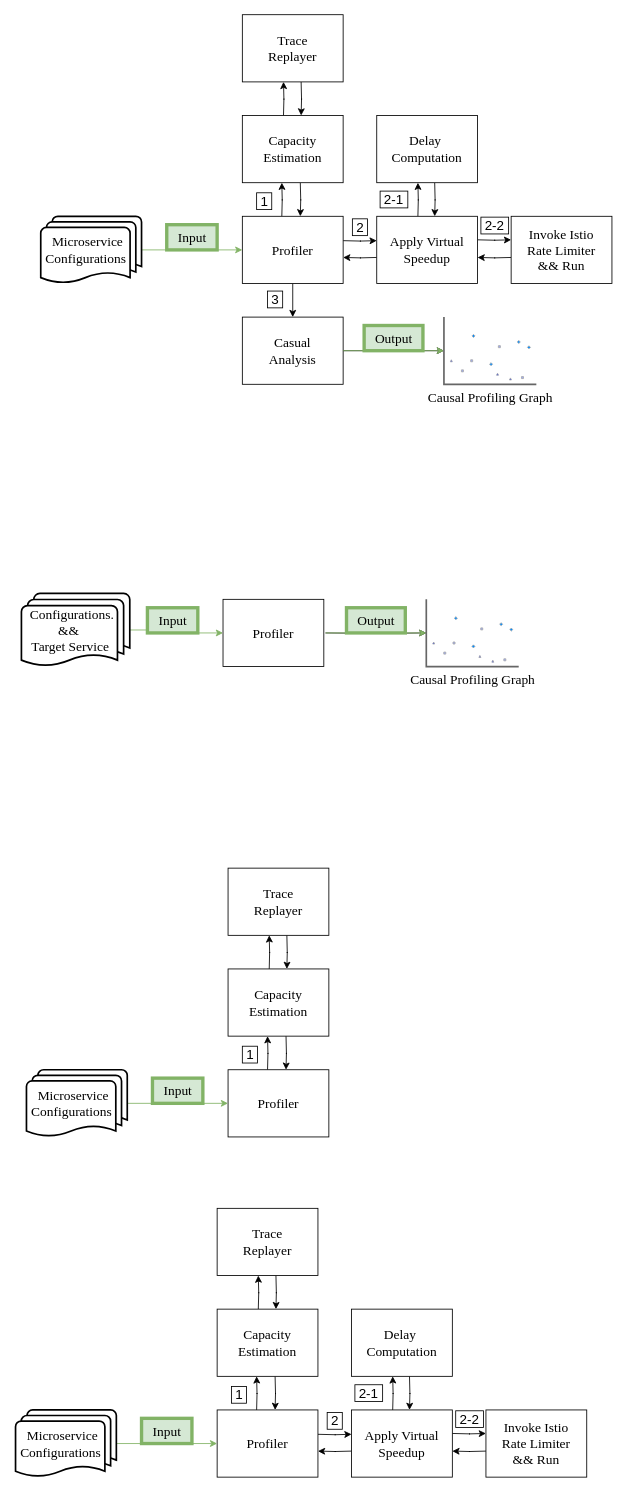
Before: system.drawio in yizhengx/draw.io, a draw.io diagram. Source tidied: cells renumbered, new cells numbered last; positions are measured from the earlier drawing's top-left corner, leaving out a move shared by most shapes. Both pictures are drawn from the tidied source at 84%, with x=0, y=0 at pixel (15, 14).
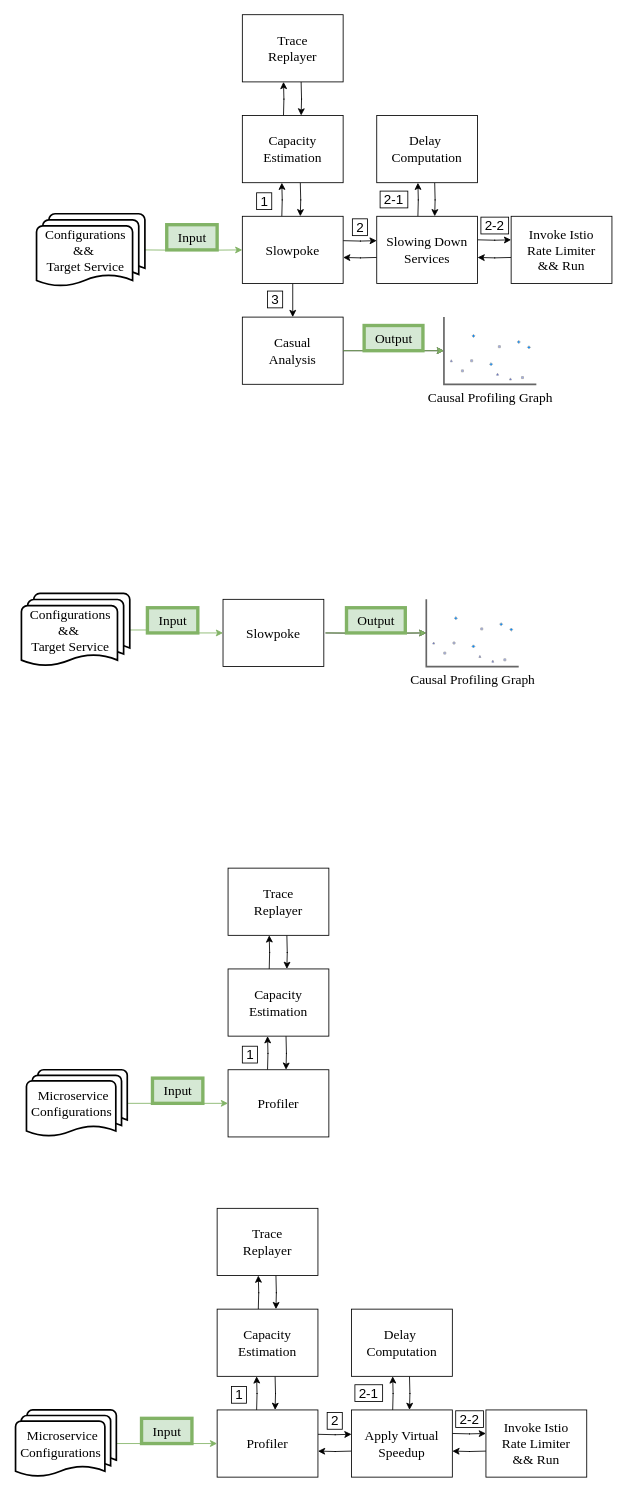
Above is the later version.

The edit, as a diff of the source:
```diff
@@
-    <mxCell id="5" value="&lt;font style=&quot;font-size: 16px;&quot;&gt;Profiler&lt;/font&gt;" style="whiteSpace=wrap;html=1;fillColor=default;fontFamily=Times New Roman;" parent="1" vertex="1">
+    <mxCell id="5" value="&lt;font style=&quot;font-size: 16px;&quot;&gt;Slowpoke&lt;/font&gt;" style="whiteSpace=wrap;html=1;fillColor=default;fontFamily=Times New Roman;" parent="1" vertex="1">
       <mxGeometry x="270" y="240" width="120" height="80" as="geometry" />
     </mxCell>
-    <mxCell id="6" style="edgeStyle=orthogonalEdgeStyle;rounded=0;jettySize=auto;html=1;exitX=1;exitY=0.5;exitDx=0;exitDy=0;exitPerimeter=0;fillColor=#d5e8d4;strokeColor=#82b366;fontFamily=Times New Roman;" parent="1" edge="1" source="7" target="5">
-      <mxGeometry relative="1" as="geometry" />
+    <mxCell id="6" style="edgeStyle=orthogonalEdgeStyle;rounded=0;jettySize=auto;html=1;exitX=1;exitY=0.5;exitDx=0;exitDy=0;exitPerimeter=0;fillColor=#d5e8d4;strokeColor=#82b366;fontFamily=Times New Roman;" parent="1" edge="1" target="5">
+      <mxGeometry relative="1" as="geometry">
+        <mxPoint x="150" y="280" as="sourcePoint" />
+      </mxGeometry>
     </mxCell>
-    <mxCell id="7" value="&lt;font style=&quot;font-size: 16px;&quot;&gt;Microservice&amp;nbsp;&amp;nbsp;&lt;br&gt;Configurations&amp;nbsp; &amp;nbsp;&lt;br&gt;&lt;/font&gt;" style="strokeWidth=2;html=1;shape=mxgraph.flowchart.multi-document;whiteSpace=wrap;fontFamily=Times New Roman;" parent="1" vertex="1">
-      <mxGeometry x="30" y="240" width="120" height="80" as="geometry" />
-    </mxCell>
@@
-    <mxCell id="17" value="&lt;font style=&quot;font-size: 16px;&quot;&gt;Apply Virtual&lt;br&gt;Speedup&lt;br&gt;&lt;/font&gt;" style="whiteSpace=wrap;html=1;fillColor=default;fontFamily=Times New Roman;" parent="1" vertex="1">
+    <mxCell id="17" value="&lt;font style=&quot;font-size: 16px;&quot;&gt;Slowing Down Services&lt;br&gt;&lt;/font&gt;" style="whiteSpace=wrap;html=1;fillColor=default;fontFamily=Times New Roman;" parent="1" vertex="1">
       <mxGeometry x="430" y="240" width="120" height="80" as="geometry" />
     </mxCell>
@@
-    <mxCell id="33" value="&lt;font style=&quot;font-size: 16px;&quot;&gt;Profiler&lt;/font&gt;" style="whiteSpace=wrap;html=1;fillColor=default;fontFamily=Times New Roman;" parent="1" vertex="1">
+    <mxCell id="33" value="&lt;font style=&quot;font-size: 16px;&quot;&gt;Slowpoke&lt;/font&gt;" style="whiteSpace=wrap;html=1;fillColor=default;fontFamily=Times New Roman;" parent="1" vertex="1">
       <mxGeometry x="247" y="696" width="120" height="80" as="geometry" />
     </mxCell>
@@
-    <mxCell id="35" value="&lt;font style=&quot;font-size: 16px;&quot;&gt;Configurations.&amp;nbsp;&amp;nbsp;&lt;br&gt;&amp;amp;&amp;amp;&amp;nbsp; &amp;nbsp;&amp;nbsp;&lt;br&gt;Target Service&amp;nbsp; &amp;nbsp;&lt;br&gt;&lt;/font&gt;" style="strokeWidth=2;html=1;shape=mxgraph.flowchart.multi-document;whiteSpace=wrap;fontFamily=Times New Roman;" parent="1" vertex="1">
+    <mxCell id="35" value="&lt;font style=&quot;font-size: 16px;&quot;&gt;Configurations&amp;nbsp; &amp;nbsp;&lt;br&gt;&amp;amp;&amp;amp;&amp;nbsp; &amp;nbsp;&amp;nbsp;&lt;br&gt;Target Service&amp;nbsp; &amp;nbsp;&lt;br&gt;&lt;/font&gt;" style="strokeWidth=2;html=1;shape=mxgraph.flowchart.multi-document;whiteSpace=wrap;fontFamily=Times New Roman;" parent="1" vertex="1">
       <mxGeometry x="7" y="689" width="129" height="87" as="geometry" />
     </mxCell>
@@
+    <mxCell id="76" value="&lt;font style=&quot;font-size: 16px;&quot;&gt;Configurations&amp;nbsp; &amp;nbsp;&lt;br&gt;&amp;amp;&amp;amp;&amp;nbsp; &amp;nbsp;&amp;nbsp;&lt;br&gt;Target Service&amp;nbsp; &amp;nbsp;&lt;br&gt;&lt;/font&gt;" style="strokeWidth=2;html=1;shape=mxgraph.flowchart.multi-document;whiteSpace=wrap;fontFamily=Times New Roman;" parent="1" vertex="1">
+      <mxGeometry x="25" y="237" width="129" height="87" as="geometry" />
+    </mxCell>
```
